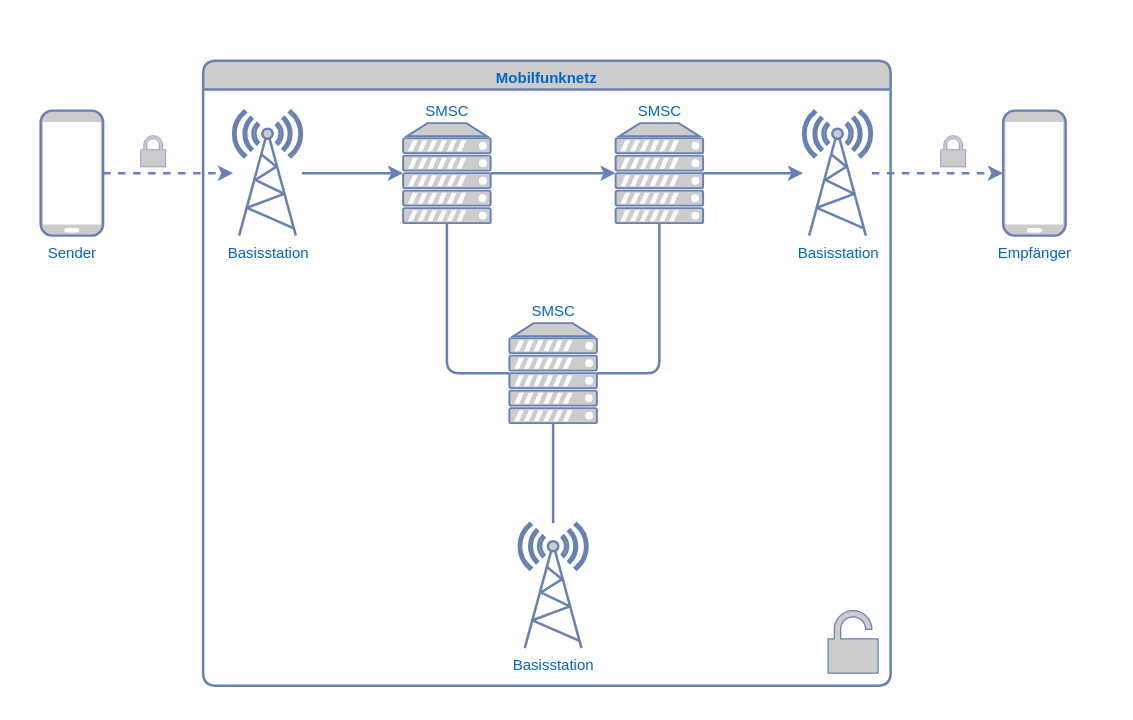
Before: graphics/mobilfunknetz.drawio in DavidOlbrz/LiteraturSeminarWS24-25, a draw.io diagram. Source tidied: cells renumbered, new cells numbered last; positions are measured from the earlier drawing's top-left corner, leaving out a move shared by most shapes. Both pictures are drawn from the tidied source at 125%, with x=0, y=0 at pixel (40, 60).
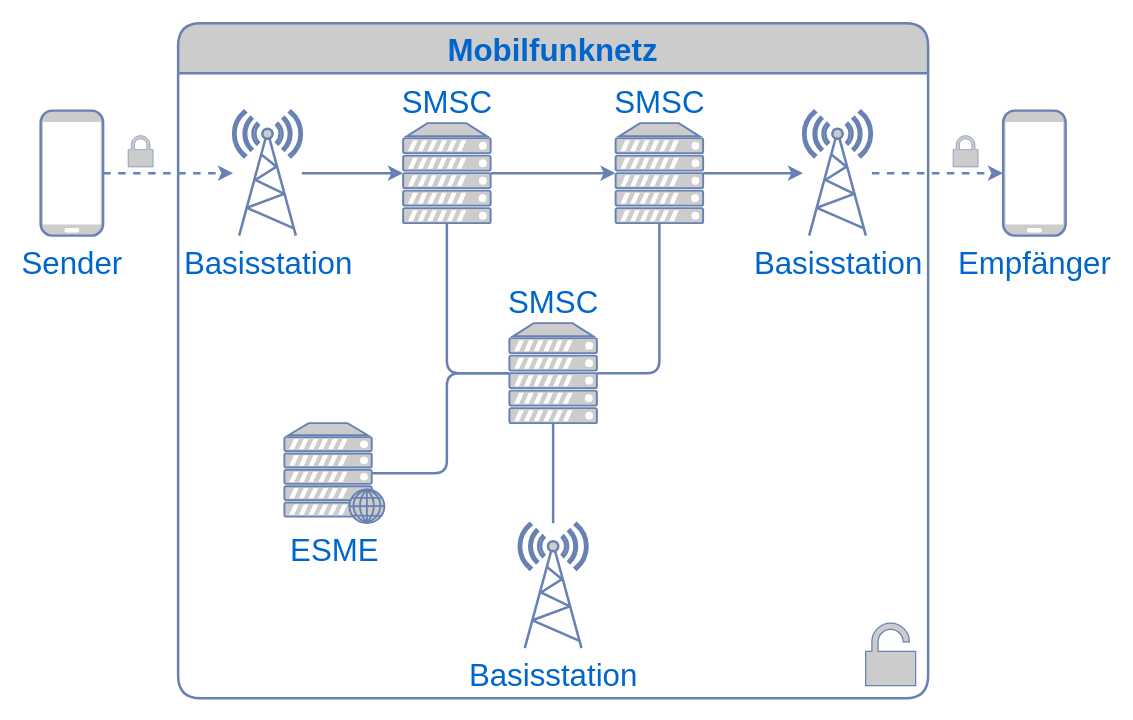
The same diagram, later.

Diff of the diagram source:
```diff
@@
-    <mxCell id="2" value="Mobilfunknetz" style="swimlane;whiteSpace=wrap;html=1;strokeColor=#6881B3;strokeWidth=2;align=center;verticalAlign=top;fontFamily=Helvetica;fontSize=12;fontColor=#0066CC;fillColor=#CCCCCC;gradientColor=none;gradientDirection=north;rounded=1;" parent="1" vertex="1">
-      <mxGeometry x="130" width="550" height="500" as="geometry" />
+    <mxCell id="2" value="Mobilfunknetz" style="swimlane;whiteSpace=wrap;html=1;strokeColor=#6881B3;strokeWidth=2;align=center;verticalAlign=top;fontFamily=Helvetica;fontSize=25;fontColor=#0066CC;fillColor=#CCCCCC;gradientColor=none;gradientDirection=north;rounded=1;startSize=40;" parent="1" vertex="1">
+      <mxGeometry x="110" y="-30" width="600" height="540" as="geometry" />
     </mxCell>
     <mxCell id="3" style="verticalAlign=top;verticalLabelPosition=bottom;labelPosition=center;align=center;html=1;gradientDirection=north;strokeWidth=2;shape=mxgraph.networks.unsecure;fillColor=#CCCCCC;strokeColor=#6881B3;fontFamily=Helvetica;fontSize=12;fontColor=#0066CC;gradientColor=none;rounded=1;" parent="2" vertex="1">
-      <mxGeometry x="500" y="440" width="40" height="50" as="geometry" />
+      <mxGeometry x="550" y="480" width="40" height="50" as="geometry" />
     </mxCell>
+    <mxCell id="22" value="ESME" style="fontColor=#0066CC;verticalAlign=top;verticalLabelPosition=bottom;labelPosition=center;align=center;html=1;outlineConnect=0;fillColor=#CCCCCC;strokeColor=#6881B3;gradientColor=none;gradientDirection=north;strokeWidth=2;shape=mxgraph.networks.web_server;fontSize=25;" parent="2" vertex="1">
+      <mxGeometry x="85" y="320" width="80" height="80" as="geometry" />
+    </mxCell>
@@
-    <mxCell id="5" value="Sender" style="verticalAlign=top;verticalLabelPosition=bottom;labelPosition=center;align=center;html=1;outlineConnect=0;gradientDirection=north;strokeWidth=2;shape=mxgraph.networks.mobile;labelBackgroundColor=none;strokeColor=#6881B3;fontFamily=Helvetica;fontSize=12;fontColor=#0066CC;fillColor=#CCCCCC;gradientColor=none;rounded=1;" parent="1" vertex="1">
+    <mxCell id="5" value="Sender" style="verticalAlign=top;verticalLabelPosition=bottom;labelPosition=center;align=center;html=1;outlineConnect=0;gradientDirection=north;strokeWidth=2;shape=mxgraph.networks.mobile;labelBackgroundColor=none;strokeColor=#6881B3;fontFamily=Helvetica;fontSize=25;fontColor=#0066CC;fillColor=#CCCCCC;gradientColor=none;rounded=1;" parent="1" vertex="1">
       <mxGeometry y="40" width="50" height="100" as="geometry" />
     </mxCell>
-    <mxCell id="6" value="Empfänger" style="verticalAlign=top;verticalLabelPosition=bottom;labelPosition=center;align=center;html=1;outlineConnect=0;gradientDirection=north;strokeWidth=2;shape=mxgraph.networks.mobile;labelBackgroundColor=none;strokeColor=#6881B3;fontFamily=Helvetica;fontSize=12;fontColor=#0066CC;fillColor=#CCCCCC;gradientColor=none;rounded=1;" parent="1" vertex="1">
+    <mxCell id="6" value="Empfänger" style="verticalAlign=top;verticalLabelPosition=bottom;labelPosition=center;align=center;html=1;outlineConnect=0;gradientDirection=north;strokeWidth=2;shape=mxgraph.networks.mobile;labelBackgroundColor=none;strokeColor=#6881B3;fontFamily=Helvetica;fontSize=25;fontColor=#0066CC;fillColor=#CCCCCC;gradientColor=none;rounded=1;" parent="1" vertex="1">
       <mxGeometry x="770" y="40" width="50" height="100" as="geometry" />
     </mxCell>
-    <mxCell id="7" value="Basisstation" style="verticalAlign=top;verticalLabelPosition=bottom;labelPosition=center;align=center;html=1;outlineConnect=0;gradientDirection=north;strokeWidth=2;shape=mxgraph.networks.radio_tower;labelBackgroundColor=none;strokeColor=#6881B3;fontFamily=Helvetica;fontSize=12;fontColor=#0066CC;fillColor=#CCCCCC;gradientColor=none;rounded=1;" parent="1" vertex="1">
+    <mxCell id="7" value="Basisstation" style="verticalAlign=top;verticalLabelPosition=bottom;labelPosition=center;align=center;html=1;outlineConnect=0;gradientDirection=north;strokeWidth=2;shape=mxgraph.networks.radio_tower;labelBackgroundColor=none;strokeColor=#6881B3;fontFamily=Helvetica;fontSize=25;fontColor=#0066CC;fillColor=#CCCCCC;gradientColor=none;rounded=1;" parent="1" vertex="1">
       <mxGeometry x="154" y="40" width="55" height="100" as="geometry" />
     </mxCell>
-    <mxCell id="8" value="Basisstation" style="verticalAlign=top;verticalLabelPosition=bottom;labelPosition=center;align=center;html=1;outlineConnect=0;gradientDirection=north;strokeWidth=2;shape=mxgraph.networks.radio_tower;labelBackgroundColor=none;strokeColor=#6881B3;fontFamily=Helvetica;fontSize=12;fontColor=#0066CC;fillColor=#CCCCCC;gradientColor=none;rounded=1;" parent="1" vertex="1">
+    <mxCell id="8" value="Basisstation" style="verticalAlign=top;verticalLabelPosition=bottom;labelPosition=center;align=center;html=1;outlineConnect=0;gradientDirection=north;strokeWidth=2;shape=mxgraph.networks.radio_tower;labelBackgroundColor=none;strokeColor=#6881B3;fontFamily=Helvetica;fontSize=25;fontColor=#0066CC;fillColor=#CCCCCC;gradientColor=none;rounded=1;" parent="1" vertex="1">
       <mxGeometry x="610" y="40" width="55" height="100" as="geometry" />
     </mxCell>
-    <mxCell id="9" value="SMSC" style="verticalAlign=bottom;verticalLabelPosition=top;labelPosition=center;align=center;html=1;outlineConnect=0;gradientDirection=north;strokeWidth=2;shape=mxgraph.networks.server;labelBackgroundColor=none;strokeColor=#6881B3;fontFamily=Helvetica;fontSize=12;fontColor=#0066CC;fillColor=#CCCCCC;gradientColor=none;rounded=1;" parent="1" vertex="1">
+    <mxCell id="9" value="SMSC" style="verticalAlign=bottom;verticalLabelPosition=top;labelPosition=center;align=center;html=1;outlineConnect=0;gradientDirection=north;strokeWidth=2;shape=mxgraph.networks.server;labelBackgroundColor=none;strokeColor=#6881B3;fontFamily=Helvetica;fontSize=25;fontColor=#0066CC;fillColor=#CCCCCC;gradientColor=none;rounded=1;" parent="1" vertex="1">
       <mxGeometry x="290" y="50" width="70" height="80" as="geometry" />
     </mxCell>
@@
-    <mxCell id="11" value="SMSC" style="verticalAlign=bottom;verticalLabelPosition=top;labelPosition=center;align=center;html=1;outlineConnect=0;gradientDirection=north;strokeWidth=2;shape=mxgraph.networks.server;labelBackgroundColor=none;strokeColor=#6881B3;fontFamily=Helvetica;fontSize=12;fontColor=#0066CC;fillColor=#CCCCCC;gradientColor=none;rounded=1;" parent="1" vertex="1">
+    <mxCell id="11" value="SMSC" style="verticalAlign=bottom;verticalLabelPosition=top;labelPosition=center;align=center;html=1;outlineConnect=0;gradientDirection=north;strokeWidth=2;shape=mxgraph.networks.server;labelBackgroundColor=none;strokeColor=#6881B3;fontFamily=Helvetica;fontSize=25;fontColor=#0066CC;fillColor=#CCCCCC;gradientColor=none;rounded=1;" parent="1" vertex="1">
       <mxGeometry x="460" y="50" width="70" height="80" as="geometry" />
     </mxCell>
-    <mxCell id="12" value="Basisstation" style="verticalAlign=top;verticalLabelPosition=bottom;labelPosition=center;align=center;html=1;outlineConnect=0;gradientDirection=north;strokeWidth=2;shape=mxgraph.networks.radio_tower;labelBackgroundColor=none;strokeColor=#6881B3;fontFamily=Helvetica;fontSize=12;fontColor=#0066CC;fillColor=#CCCCCC;gradientColor=none;rounded=1;" parent="1" vertex="1">
+    <mxCell id="12" value="Basisstation" style="verticalAlign=top;verticalLabelPosition=bottom;labelPosition=center;align=center;html=1;outlineConnect=0;gradientDirection=north;strokeWidth=2;shape=mxgraph.networks.radio_tower;labelBackgroundColor=none;strokeColor=#6881B3;fontFamily=Helvetica;fontSize=25;fontColor=#0066CC;fillColor=#CCCCCC;gradientColor=none;rounded=1;" parent="1" vertex="1">
       <mxGeometry x="382.5" y="370" width="55" height="100" as="geometry" />
     </mxCell>
@@
-    <mxCell id="14" value="SMSC" style="verticalAlign=bottom;verticalLabelPosition=top;labelPosition=center;align=center;html=1;outlineConnect=0;gradientDirection=north;strokeWidth=2;shape=mxgraph.networks.server;labelBackgroundColor=none;strokeColor=#6881B3;fontFamily=Helvetica;fontSize=12;fontColor=#0066CC;fillColor=#CCCCCC;gradientColor=none;rounded=1;" parent="1" vertex="1">
+    <mxCell id="14" value="SMSC" style="verticalAlign=bottom;verticalLabelPosition=top;labelPosition=center;align=center;html=1;outlineConnect=0;gradientDirection=north;strokeWidth=2;shape=mxgraph.networks.server;labelBackgroundColor=none;strokeColor=#6881B3;fontFamily=Helvetica;fontSize=25;fontColor=#0066CC;fillColor=#CCCCCC;gradientColor=none;rounded=1;" parent="1" vertex="1">
       <mxGeometry x="375" y="210" width="70" height="80" as="geometry" />
     </mxCell>
@@
     <mxCell id="20" style="verticalAlign=top;verticalLabelPosition=bottom;labelPosition=center;align=center;html=1;gradientDirection=north;strokeWidth=2;shape=mxgraph.networks.secured;fillColor=#CCCCCC;strokeColor=#6881B3;fontFamily=Helvetica;fontSize=12;fontColor=#0066CC;gradientColor=none;rounded=1;" parent="1" vertex="1">
-      <mxGeometry x="80" y="60" width="20" height="25" as="geometry" />
+      <mxGeometry x="70" y="60" width="20" height="25" as="geometry" />
     </mxCell>
     <mxCell id="21" style="verticalAlign=top;verticalLabelPosition=bottom;labelPosition=center;align=center;html=1;gradientDirection=north;strokeWidth=2;shape=mxgraph.networks.secured;fillColor=#CCCCCC;strokeColor=#6881B3;fontFamily=Helvetica;fontSize=12;fontColor=#0066CC;gradientColor=none;rounded=1;" parent="1" vertex="1">
-      <mxGeometry x="720" y="60" width="20" height="25" as="geometry" />
+      <mxGeometry x="730" y="60" width="20" height="25" as="geometry" />
     </mxCell>
+    <mxCell id="23" style="edgeStyle=orthogonalEdgeStyle;rounded=1;jettySize=auto;html=1;exitX=0.88;exitY=0.5;exitDx=0;exitDy=0;exitPerimeter=0;entryX=0;entryY=0.5;entryDx=0;entryDy=0;entryPerimeter=0;strokeColor=#6881B3;strokeWidth=2;align=center;verticalAlign=top;fontFamily=Helvetica;fontSize=12;fontColor=#0066CC;labelBackgroundColor=none;endArrow=none;endFill=0;fillColor=#CCCCCC;gradientColor=none;gradientDirection=north;" parent="1" edge="1" source="22" target="14">
+      <mxGeometry relative="1" as="geometry" />
+    </mxCell>
```
